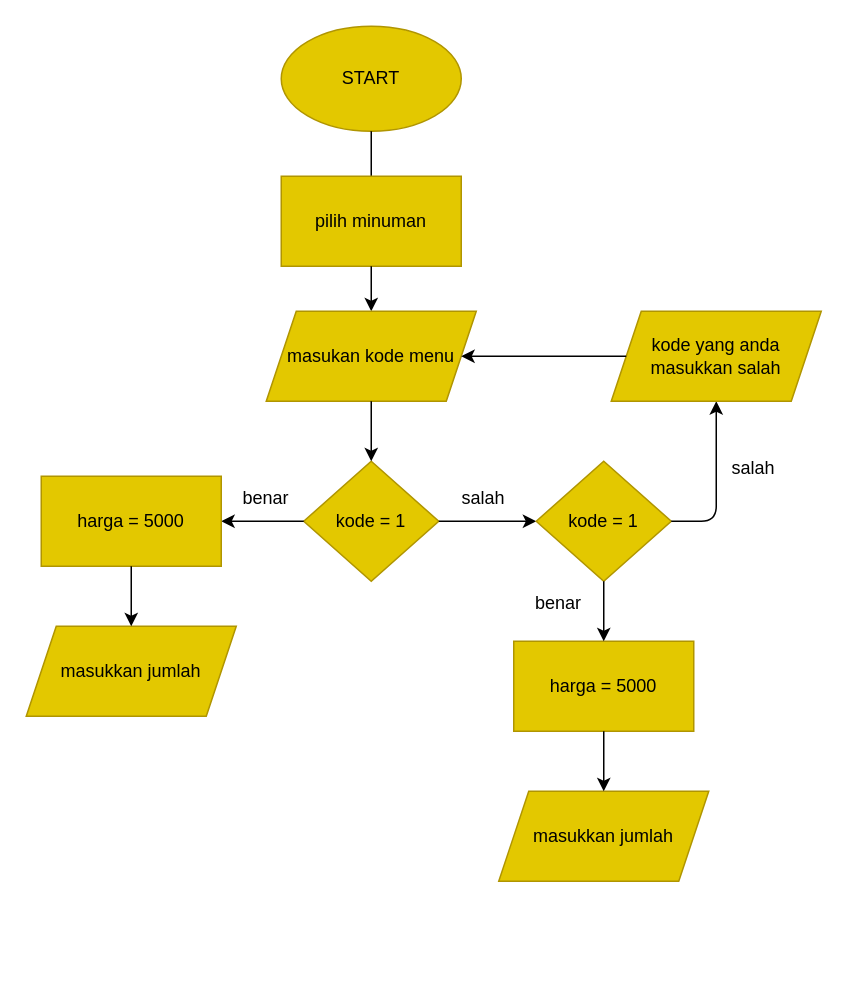
Earlier version of the draw.io diagram flowchart.drawio (Alditdit/Alditya_Dwinata-Order_minuman_online). Source tidied: cells renumbered, new cells numbered last; positions are measured from the earlier drawing's top-left corner, leaving out a move shared by most shapes. Both pictures are drawn from the tidied source at 150%, with x=0, y=0 at pixel (26, 26).
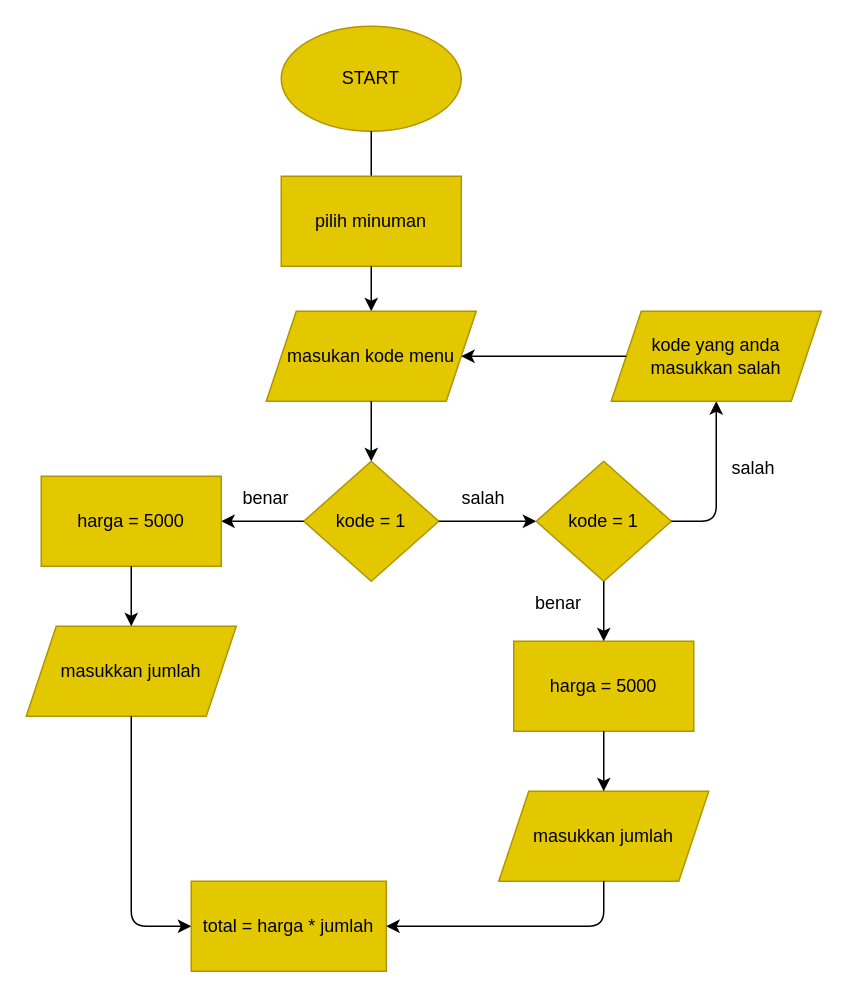
After the change.

Commit message:
perhitungan total harga

The change refers to these unchanged cells:
```xml
<mxCell id="11" value="masukkan jumlah" style="shape=parallelogram;perimeter=parallelogramPerimeter;whiteSpace=wrap;html=1;fixedSize=1;fillColor=#e3c800;fontColor=#000000;strokeColor=#B09500;align=center;" parent="1" vertex="1">
  <mxGeometry y="400" width="140" height="60" as="geometry" />
</mxCell>
<mxCell id="18" value="masukkan jumlah" style="shape=parallelogram;perimeter=parallelogramPerimeter;whiteSpace=wrap;html=1;fixedSize=1;fillColor=#e3c800;fontColor=#000000;strokeColor=#B09500;align=center;" parent="1" vertex="1">
  <mxGeometry x="315" y="510" width="140" height="60" as="geometry" />
</mxCell>
```

What changed in the source:
```diff
@@
+    <mxCell id="26" value="total = harga * jumlah" style="rounded=0;whiteSpace=wrap;html=1;fillColor=#e3c800;fontColor=#000000;strokeColor=#B09500;" parent="1" vertex="1">
+      <mxGeometry x="110" y="570" width="130" height="60" as="geometry" />
+    </mxCell>
+    <mxCell id="27" style="endArrow=classic;html=1;exitX=0.5;exitY=1;exitDx=0;exitDy=0;entryX=0;entryY=0.5;entryDx=0;entryDy=0;" parent="1" edge="1" source="11" target="26">
+      <mxGeometry relative="1" as="geometry">
+        <Array as="points">
+          <mxPoint x="70" y="600" />
+        </Array>
+      </mxGeometry>
+    </mxCell>
+    <mxCell id="28" style="endArrow=classic;html=1;entryX=1;entryY=0.5;entryDx=0;entryDy=0;exitX=0.5;exitY=1;exitDx=0;exitDy=0;" parent="1" edge="1" source="18" target="26">
+      <mxGeometry relative="1" as="geometry">
+        <Array as="points">
+          <mxPoint x="385" y="600" />
+        </Array>
+      </mxGeometry>
+    </mxCell>
```
